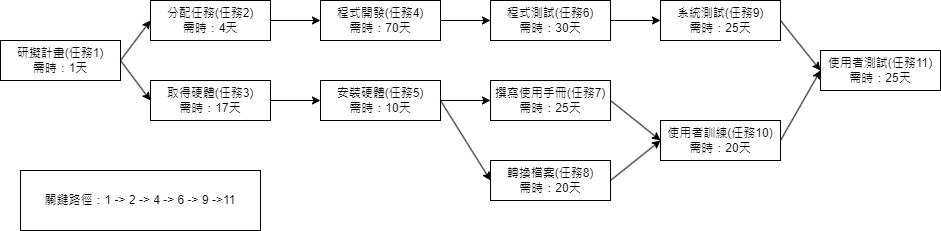
The draw.io diagram pert_cpm.png in OkitaEMTEMT/hw2, before a commit. Source tidied: cells renumbered, new cells last; positions are measured from the earlier drawing's top-left corner, leaving out a move shared by most shapes.
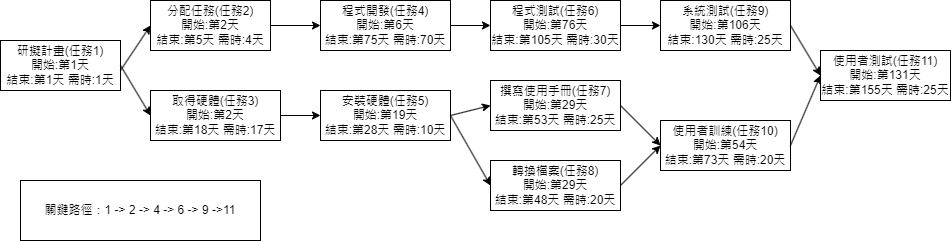
Above is the later version.

What changed in the source:
```diff
@@ -2,45 +2,45 @@
   <root>
     <mxCell id="0" />
     <mxCell id="1" parent="0" />
-    <mxCell id="2" value="研擬計畫(任務1)&lt;div&gt;&lt;div&gt;需時：1天&lt;/div&gt;&lt;/div&gt;" style="rounded=0;whiteSpace=wrap;html=1;align=center;" parent="1" vertex="1">
-      <mxGeometry y="40" width="120" height="40" as="geometry" />
+    <mxCell id="2" value="&lt;font style=&quot;font-size: 12px;&quot;&gt;研擬計畫(任務1)&lt;/font&gt;&lt;div style=&quot;&quot;&gt;&lt;div style=&quot;&quot;&gt;&lt;font style=&quot;font-size: 12px;&quot;&gt;開始:第1天&lt;/font&gt;&lt;/div&gt;&lt;div style=&quot;&quot;&gt;&lt;font style=&quot;font-size: 12px;&quot;&gt;結束:第1天 需時:1天&lt;/font&gt;&lt;/div&gt;&lt;/div&gt;" style="rounded=0;whiteSpace=wrap;html=1;align=center;" parent="1" vertex="1">
+      <mxGeometry y="40" width="120" height="50" as="geometry" />
     </mxCell>
-    <mxCell id="3" value="分配任務(任務2)&lt;br&gt;&lt;div&gt;需時：4天&lt;/div&gt;" style="rounded=0;whiteSpace=wrap;html=1;align=center;" parent="1" vertex="1">
-      <mxGeometry x="150" width="120" height="40" as="geometry" />
+    <mxCell id="3" value="分配任務(任務2)&lt;div&gt;開始:第2天&lt;br&gt;&lt;div&gt;結束:第5天&amp;nbsp;&lt;span style=&quot;background-color: initial;&quot;&gt;需時:4天&lt;/span&gt;&lt;/div&gt;&lt;/div&gt;" style="rounded=0;whiteSpace=wrap;html=1;align=center;" parent="1" vertex="1">
+      <mxGeometry x="150" width="120" height="50" as="geometry" />
     </mxCell>
-    <mxCell id="4" value="取得硬體(任務3)&lt;br&gt;&lt;div&gt;需時：17天&lt;/div&gt;" style="rounded=0;whiteSpace=wrap;html=1;align=center;" parent="1" vertex="1">
-      <mxGeometry x="150" y="80" width="120" height="40" as="geometry" />
+    <mxCell id="4" value="取得硬體(任務3)&lt;div&gt;開始:第2天&lt;br&gt;&lt;div&gt;結束:第18天 需時:17天&lt;/div&gt;&lt;/div&gt;" style="rounded=0;whiteSpace=wrap;html=1;align=center;" parent="1" vertex="1">
+      <mxGeometry x="150" y="90" width="130" height="50" as="geometry" />
     </mxCell>
-    <mxCell id="5" value="&lt;div&gt;&lt;span style=&quot;background-color: initial;&quot;&gt;程式開發(任務4)&lt;/span&gt;&lt;/div&gt;&lt;span style=&quot;background-color: initial;&quot;&gt;需時：70天&lt;/span&gt;" style="rounded=0;whiteSpace=wrap;html=1;align=center;" parent="1" vertex="1">
-      <mxGeometry x="320" width="120" height="40" as="geometry" />
+    <mxCell id="5" value="&lt;div&gt;&lt;span style=&quot;background-color: initial;&quot;&gt;程式開發(任務4)&lt;/span&gt;&lt;/div&gt;&lt;div&gt;&lt;span style=&quot;background-color: initial;&quot;&gt;開始:第6天&lt;/span&gt;&lt;/div&gt;&lt;span style=&quot;background-color: initial;&quot;&gt;結束:第75天 需時:70天&lt;/span&gt;" style="rounded=0;whiteSpace=wrap;html=1;align=center;" parent="1" vertex="1">
+      <mxGeometry x="320" width="130" height="50" as="geometry" />
     </mxCell>
-    <mxCell id="6" value="安裝硬體(任務5)&lt;br&gt;&lt;div&gt;需時：10天&lt;/div&gt;" style="rounded=0;whiteSpace=wrap;html=1;align=center;" parent="1" vertex="1">
-      <mxGeometry x="320" y="80" width="120" height="40" as="geometry" />
+    <mxCell id="6" value="安裝硬體(任務5)&lt;div&gt;開始:第19天&lt;br&gt;&lt;div&gt;結束:第28天 需時:10天&lt;/div&gt;&lt;/div&gt;" style="rounded=0;whiteSpace=wrap;html=1;align=center;" parent="1" vertex="1">
+      <mxGeometry x="320" y="90" width="130" height="50" as="geometry" />
     </mxCell>
-    <mxCell id="7" value="&lt;div&gt;&lt;span style=&quot;background-color: initial;&quot;&gt;程式測試(任務6&lt;/span&gt;&lt;span style=&quot;background-color: initial;&quot;&gt;)&lt;/span&gt;&lt;/div&gt;&lt;span style=&quot;background-color: initial;&quot;&gt;需時：30天&lt;/span&gt;" style="rounded=0;whiteSpace=wrap;html=1;align=center;" parent="1" vertex="1">
-      <mxGeometry x="490" width="120" height="40" as="geometry" />
+    <mxCell id="7" value="&lt;div&gt;&lt;span style=&quot;background-color: initial;&quot;&gt;程式測試(任務6&lt;/span&gt;&lt;span style=&quot;background-color: initial;&quot;&gt;)&lt;/span&gt;&lt;/div&gt;&lt;div&gt;&lt;span style=&quot;background-color: initial;&quot;&gt;開始:第76天&lt;/span&gt;&lt;/div&gt;&lt;span style=&quot;background-color: initial;&quot;&gt;結束:第105天 需時:30天&lt;/span&gt;" style="rounded=0;whiteSpace=wrap;html=1;align=center;" parent="1" vertex="1">
+      <mxGeometry x="490" width="130" height="50" as="geometry" />
     </mxCell>
-    <mxCell id="8" value="撰寫使用手冊(任務7)&lt;br&gt;&lt;div&gt;需時：25天&lt;/div&gt;" style="rounded=0;whiteSpace=wrap;html=1;align=center;" parent="1" vertex="1">
-      <mxGeometry x="490" y="80" width="120" height="40" as="geometry" />
+    <mxCell id="8" value="撰寫使用手冊(任務7)&lt;div&gt;開始:第29天&lt;br&gt;&lt;div&gt;結束:第53天 需時:25天&lt;/div&gt;&lt;/div&gt;" style="rounded=0;whiteSpace=wrap;html=1;align=center;" parent="1" vertex="1">
+      <mxGeometry x="490" y="80" width="130" height="50" as="geometry" />
     </mxCell>
-    <mxCell id="9" value="轉換檔案(任務8)&lt;br&gt;&lt;div&gt;需時：20天&lt;/div&gt;" style="rounded=0;whiteSpace=wrap;html=1;align=center;" parent="1" vertex="1">
-      <mxGeometry x="490" y="160" width="120" height="40" as="geometry" />
+    <mxCell id="9" value="轉換檔案(任務8)&lt;div&gt;開始:第29天&lt;br&gt;&lt;div&gt;結束:第48天 需時:20天&lt;/div&gt;&lt;/div&gt;" style="rounded=0;whiteSpace=wrap;html=1;align=center;" parent="1" vertex="1">
+      <mxGeometry x="490" y="160" width="130" height="50" as="geometry" />
     </mxCell>
-    <mxCell id="10" value="&lt;div&gt;&lt;span style=&quot;background-color: initial;&quot;&gt;系統測試(任務9)&lt;/span&gt;&lt;/div&gt;&lt;span style=&quot;background-color: initial;&quot;&gt;需時：25天&lt;/span&gt;" style="rounded=0;whiteSpace=wrap;html=1;align=center;" parent="1" vertex="1">
-      <mxGeometry x="660" width="120" height="40" as="geometry" />
+    <mxCell id="10" value="&lt;div&gt;&lt;span style=&quot;background-color: initial;&quot;&gt;系統測試(任務9)&lt;/span&gt;&lt;/div&gt;&lt;div&gt;開始:第106天&lt;/div&gt;&lt;span style=&quot;background-color: initial;&quot;&gt;結束:130天 需時:25天&lt;/span&gt;" style="rounded=0;whiteSpace=wrap;html=1;align=center;" parent="1" vertex="1">
+      <mxGeometry x="660" width="130" height="50" as="geometry" />
     </mxCell>
-    <mxCell id="11" value="使用者訓練(任務10)&lt;br&gt;&lt;div&gt;需時：20天&lt;/div&gt;" style="rounded=0;whiteSpace=wrap;html=1;align=center;" parent="1" vertex="1">
-      <mxGeometry x="660" y="120" width="120" height="40" as="geometry" />
+    <mxCell id="11" value="使用者訓練(任務10)&lt;div&gt;開始:第54天&lt;/div&gt;&lt;div&gt;&lt;div&gt;結束:第73天&amp;nbsp;&lt;span style=&quot;background-color: initial;&quot;&gt;需時:20天&lt;/span&gt;&lt;/div&gt;&lt;/div&gt;" style="rounded=0;whiteSpace=wrap;html=1;align=center;" parent="1" vertex="1">
+      <mxGeometry x="660" y="120" width="130" height="50" as="geometry" />
     </mxCell>
-    <mxCell id="12" value="使用者測試(任務11)&lt;br&gt;&lt;div&gt;需時：25天&lt;/div&gt;" style="rounded=0;whiteSpace=wrap;html=1;align=center;" parent="1" vertex="1">
-      <mxGeometry x="820" y="50" width="120" height="40" as="geometry" />
+    <mxCell id="12" value="使用者測試(任務11)&lt;div&gt;開始:第131天&lt;br&gt;&lt;div&gt;結束:第155天 需時:25天&lt;/div&gt;&lt;/div&gt;" style="rounded=0;whiteSpace=wrap;html=1;align=center;" parent="1" vertex="1">
+      <mxGeometry x="820" y="50" width="130" height="50" as="geometry" />
     </mxCell>
     <mxCell id="13" value="關鍵路徑：1 -&amp;gt; 2 -&amp;gt; 4 -&amp;gt; 6 -&amp;gt; 9 -&amp;gt;11" style="rounded=0;whiteSpace=wrap;html=1;" parent="1" vertex="1">
-      <mxGeometry x="20" y="170" width="240" height="60" as="geometry" />
+      <mxGeometry x="20" y="180" width="240" height="60" as="geometry" />
     </mxCell>
     <mxCell id="14" style="endArrow=classic;html=1;rounded=0;entryX=0;entryY=0.5;entryDx=0;entryDy=0;" parent="1" edge="1" target="3">
       <mxGeometry relative="1" as="geometry">
-        <mxPoint x="120" y="60" as="sourcePoint" />
+        <mxPoint x="120" y="70" as="sourcePoint" />
       </mxGeometry>
     </mxCell>
     <mxCell id="15" style="endArrow=classic;html=1;rounded=0;entryX=0;entryY=0.5;entryDx=0;entryDy=0;exitX=1;exitY=0.5;exitDx=0;exitDy=0;" parent="1" edge="1" source="2" target="4">
```
